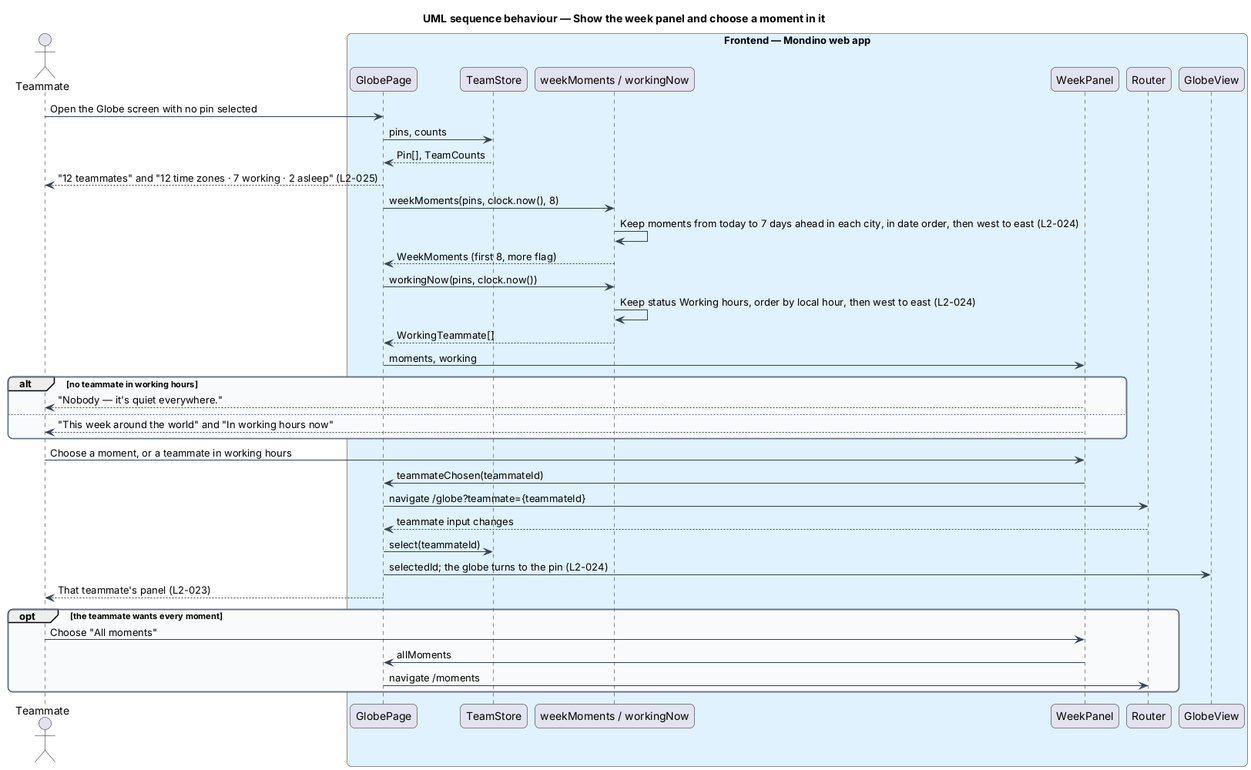
This is docs/detailed-designs/team/view-week-around-the-world/diagrams/sequence-choose-moment.png from QuinntyneBrown/Mondino, a PlantUML export, as it was before one commit. Its source is kept beside it as docs/detailed-designs/team/view-week-around-the-world/diagrams/sequence-choose-moment.puml.
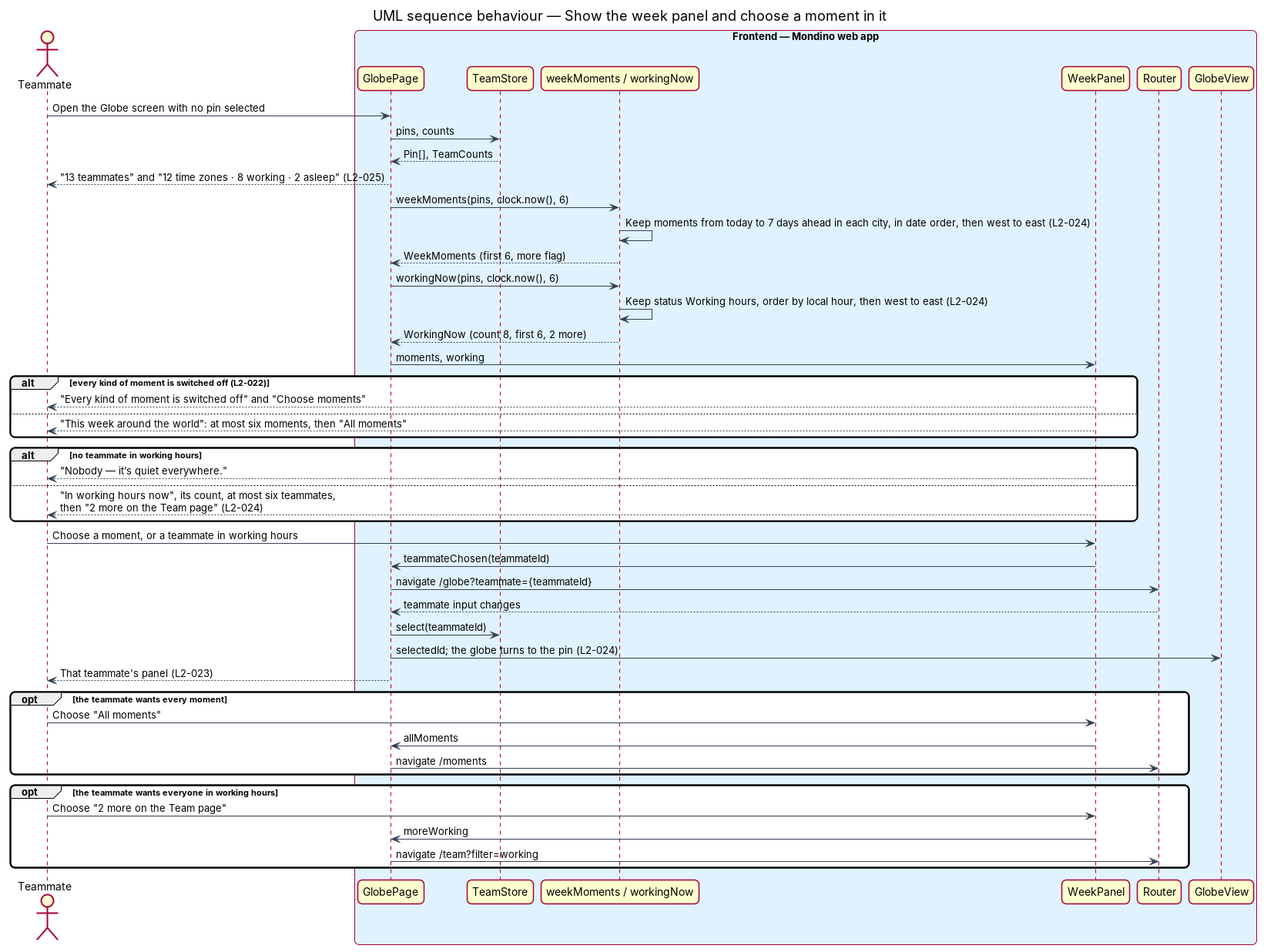
The same diagram one commit later.

Change to the diagram source:
```diff
@@ -26,18 +26,23 @@
 actor -> page : Open the Globe screen with no pin selected
 page -> store : pins, counts
 store --> page : Pin[], TeamCounts
-page --> actor : "12 teammates" and "12 time zones · 7 working · 2 asleep" (L2-025)
-page -> fn : weekMoments(pins, clock.now(), 8)
+page --> actor : "13 teammates" and "12 time zones · 8 working · 2 asleep" (L2-025)
+page -> fn : weekMoments(pins, clock.now(), 6)
 fn -> fn : Keep moments from today to 7 days ahead in each city, in date order, then west to east (L2-024)
-fn --> page : WeekMoments (first 8, more flag)
-page -> fn : workingNow(pins, clock.now())
+fn --> page : WeekMoments (first 6, more flag)
+page -> fn : workingNow(pins, clock.now(), 6)
 fn -> fn : Keep status Working hours, order by local hour, then west to east (L2-024)
-fn --> page : WorkingTeammate[]
+fn --> page : WorkingNow (count 8, first 6, 2 more)
 page -> panel : moments, working
+alt every kind of moment is switched off (L2-022)
+  panel --> actor : "Every kind of moment is switched off" and "Choose moments"
+else
+  panel --> actor : "This week around the world": at most six moments, then "All moments"
+end
 alt no teammate in working hours
   panel --> actor : "Nobody — it’s quiet everywhere."
 else
-  panel --> actor : "This week around the world" and "In working hours now"
+  panel --> actor : "In working hours now", its count, at most six teammates,\nthen "2 more on the Team page" (L2-024)
 end
 actor -> panel : Choose a moment, or a teammate in working hours
 panel -> page : teammateChosen(teammateId)
@@ -51,4 +56,9 @@
   panel -> page : allMoments
   page -> router : navigate /moments
 end
+opt the teammate wants everyone in working hours
+  actor -> panel : Choose "2 more on the Team page"
+  panel -> page : moreWorking
+  page -> router : navigate /team?filter=working
+end
 @enduml
```
